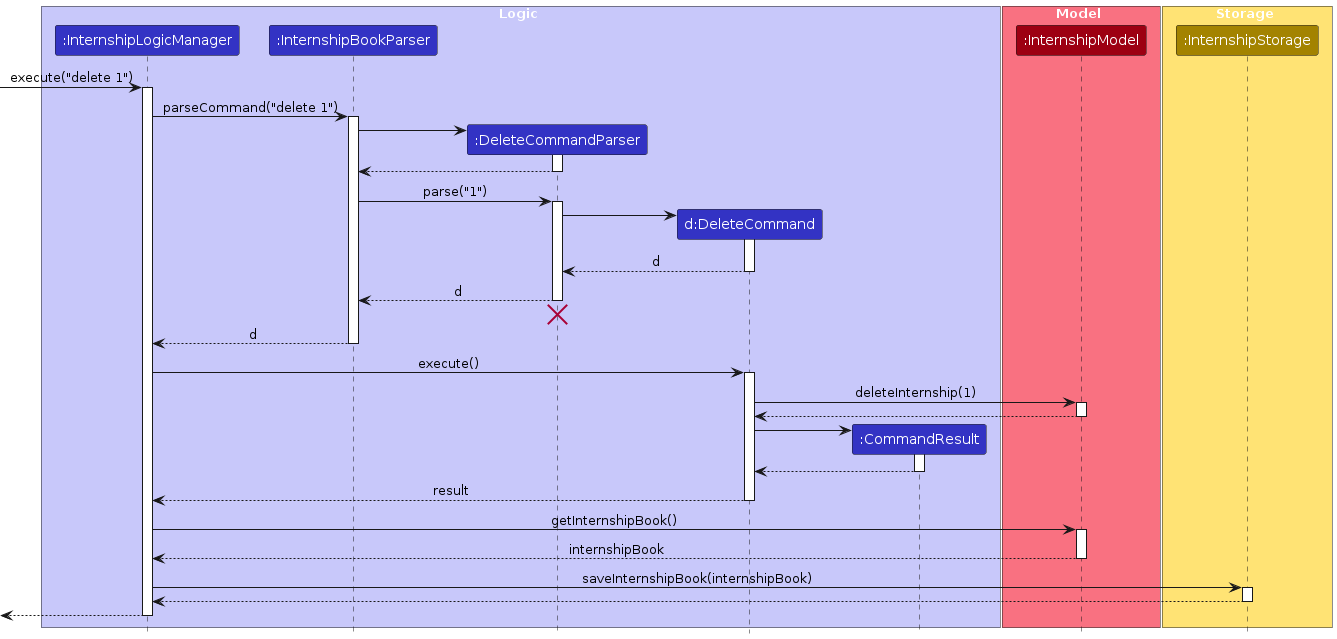
Above: diagrams/DeleteSequenceDiagram.png in AY2324S1-CS2103T-W17-1/tp (PlantUML), before the change. Its source is kept beside it as diagrams/DeleteSequenceDiagram.puml.
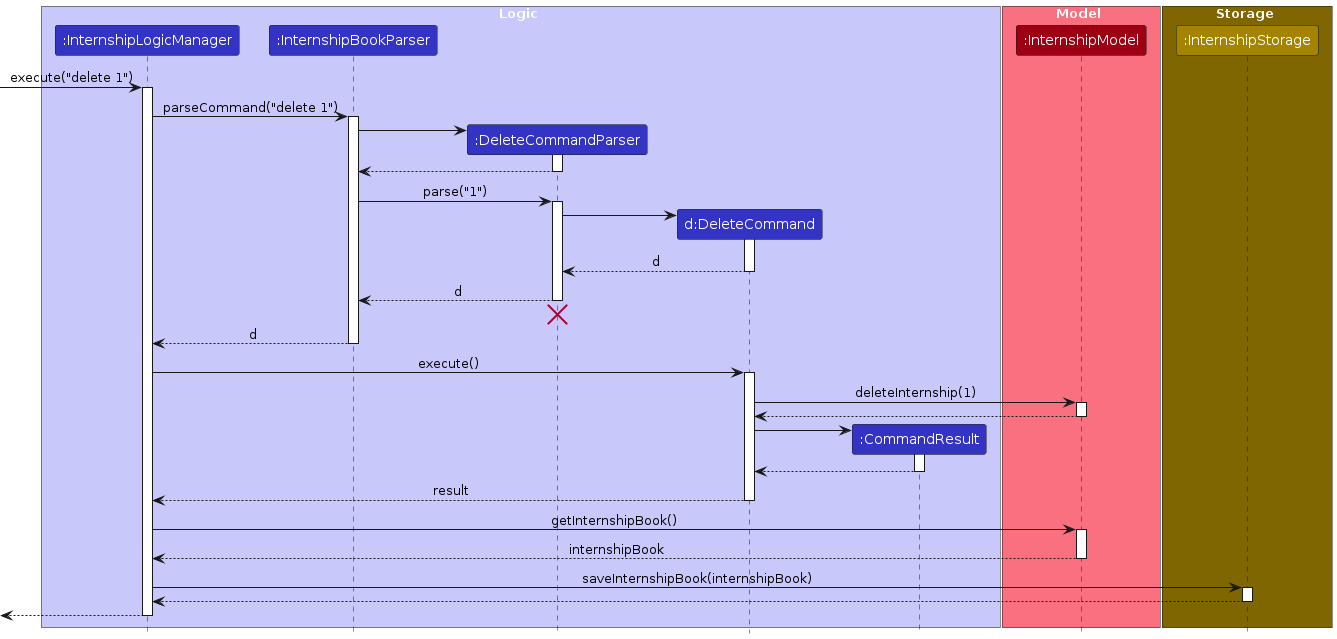
Above is the later version.

The edit, as a diff of the source:
```diff
@@ -14,7 +14,7 @@
 participant ":InternshipModel" as Model MODEL_COLOR
 end box
 
-box Storage STORAGE_COLOR_T1
+box Storage STORAGE_COLOR_T3
 participant ":InternshipStorage" as Storage STORAGE_COLOR
 end box
 
```
